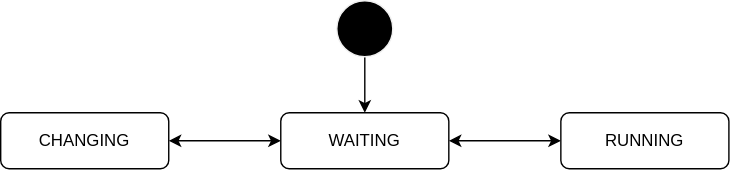
The draw.io diagram pr-7/design/autoware-interfaces/ad-api/data/launcher-state.drawio.svg in tier4/autoware-documentation, before a commit. Source tidied: cells renumbered, new cells last; positions are measured from the earlier drawing's top-left corner, leaving out a move shared by most shapes. Its diagram source:
```xml
<mxGraphModel>
  <root>
    <mxCell id="0" />
    <mxCell id="1" parent="0" />
    <mxCell id="2" style="edgeStyle=none;html=1;" parent="1" edge="1" source="3" target="6">
      <mxGeometry relative="1" as="geometry" />
    </mxCell>
    <mxCell id="3" style="shape=ellipse;html=1;fillColor=#000000;fontSize=18;fontColor=#ffffff;strokeColor=#F0F0F0;" parent="1" vertex="1">
      <mxGeometry x="240" width="40" height="40" as="geometry" />
    </mxCell>
    <mxCell id="4" style="edgeStyle=none;html=1;startArrow=classic;startFill=1;" parent="1" edge="1" source="6" target="7">
      <mxGeometry relative="1" as="geometry" />
    </mxCell>
    <mxCell id="5" style="edgeStyle=orthogonalEdgeStyle;rounded=0;html=1;entryX=0;entryY=0.5;entryDx=0;entryDy=0;startArrow=classic;startFill=1;" parent="1" edge="1" source="6" target="8">
      <mxGeometry relative="1" as="geometry">
        <Array as="points">
          <mxPoint x="340" y="100" />
          <mxPoint x="340" y="100" />
        </Array>
      </mxGeometry>
    </mxCell>
    <mxCell id="6" value="WAITING" style="rounded=1;whiteSpace=wrap;html=1;" parent="1" vertex="1">
      <mxGeometry x="200" y="80" width="120" height="40" as="geometry" />
    </mxCell>
    <mxCell id="7" value="&lt;span&gt;CHANGING&lt;/span&gt;" style="rounded=1;whiteSpace=wrap;html=1;" parent="1" vertex="1">
      <mxGeometry y="80" width="120" height="40" as="geometry" />
    </mxCell>
    <mxCell id="8" value="RUNNING" style="rounded=1;whiteSpace=wrap;html=1;" parent="1" vertex="1">
      <mxGeometry x="400" y="80" width="120" height="40" as="geometry" />
    </mxCell>
  </root>
</mxGraphModel>
```
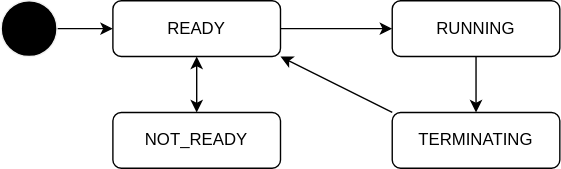
The same file after the commit.

The edit, as a diff of the source:
```diff
@@ -6,27 +6,31 @@
       <mxGeometry relative="1" as="geometry" />
     </mxCell>
     <mxCell id="3" style="shape=ellipse;html=1;fillColor=#000000;fontSize=18;fontColor=#ffffff;strokeColor=#F0F0F0;" parent="1" vertex="1">
-      <mxGeometry x="240" width="40" height="40" as="geometry" />
+      <mxGeometry x="120" y="80" width="40" height="40" as="geometry" />
     </mxCell>
     <mxCell id="4" style="edgeStyle=none;html=1;startArrow=classic;startFill=1;" parent="1" edge="1" source="6" target="7">
       <mxGeometry relative="1" as="geometry" />
     </mxCell>
-    <mxCell id="5" style="edgeStyle=orthogonalEdgeStyle;rounded=0;html=1;entryX=0;entryY=0.5;entryDx=0;entryDy=0;startArrow=classic;startFill=1;" parent="1" edge="1" source="6" target="8">
-      <mxGeometry relative="1" as="geometry">
-        <Array as="points">
-          <mxPoint x="340" y="100" />
-          <mxPoint x="340" y="100" />
-        </Array>
-      </mxGeometry>
-    </mxCell>
+    <mxCell id="9" style="edgeStyle=none;html=1;exitX=1;exitY=0.5;exitDx=0;exitDy=0;" parent="1" edge="1" source="6" target="12">
+      <mxGeometry relative="1" as="geometry" />
+    </mxCell>
-    <mxCell id="6" value="WAITING" style="rounded=1;whiteSpace=wrap;html=1;" parent="1" vertex="1">
+    <mxCell id="6" value="READY" style="rounded=1;whiteSpace=wrap;html=1;" parent="1" vertex="1">
       <mxGeometry x="200" y="80" width="120" height="40" as="geometry" />
     </mxCell>
-    <mxCell id="7" value="&lt;span&gt;CHANGING&lt;/span&gt;" style="rounded=1;whiteSpace=wrap;html=1;" parent="1" vertex="1">
-      <mxGeometry y="80" width="120" height="40" as="geometry" />
+    <mxCell id="7" value="&lt;span&gt;NOT_READY&lt;/span&gt;" style="rounded=1;whiteSpace=wrap;html=1;" parent="1" vertex="1">
+      <mxGeometry x="200" y="160" width="120" height="40" as="geometry" />
     </mxCell>
+    <mxCell id="10" style="edgeStyle=none;html=1;exitX=0;exitY=0;exitDx=0;exitDy=0;entryX=1;entryY=1;entryDx=0;entryDy=0;" parent="1" edge="1" source="8" target="6">
+      <mxGeometry relative="1" as="geometry" />
+    </mxCell>
-    <mxCell id="8" value="RUNNING" style="rounded=1;whiteSpace=wrap;html=1;" parent="1" vertex="1">
-      <mxGeometry x="400" y="80" width="120" height="40" as="geometry" />
+    <mxCell id="8" value="TERMINATING" style="rounded=1;whiteSpace=wrap;html=1;" parent="1" vertex="1">
+      <mxGeometry x="400" y="160" width="120" height="40" as="geometry" />
     </mxCell>
+    <mxCell id="11" style="edgeStyle=none;html=1;" parent="1" edge="1" source="12" target="8">
+      <mxGeometry relative="1" as="geometry" />
+    </mxCell>
+    <mxCell id="12" value="RUNNING" style="rounded=1;whiteSpace=wrap;html=1;" parent="1" vertex="1">
+      <mxGeometry x="400" y="80" width="120" height="40" as="geometry" />
+    </mxCell>
   </root>
 </mxGraphModel>
```
